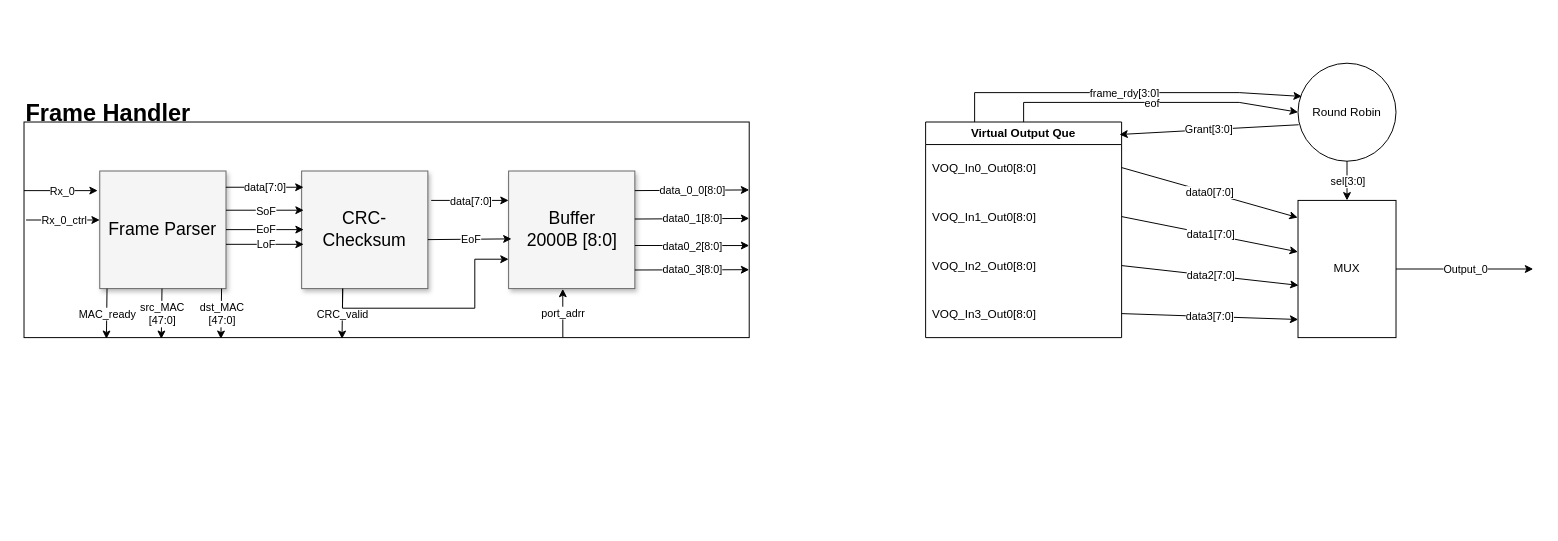
Earlier version of the draw.io diagram FPGA_switch.drawio (Meschr/FPGA_Bitflip). Source tidied: cells renumbered, new cells numbered last; positions are measured from the earlier drawing's top-left corner, leaving out a move shared by most shapes. Both pictures are drawn from the tidied source at 98%, with x=0, y=0 at pixel (24, 63).
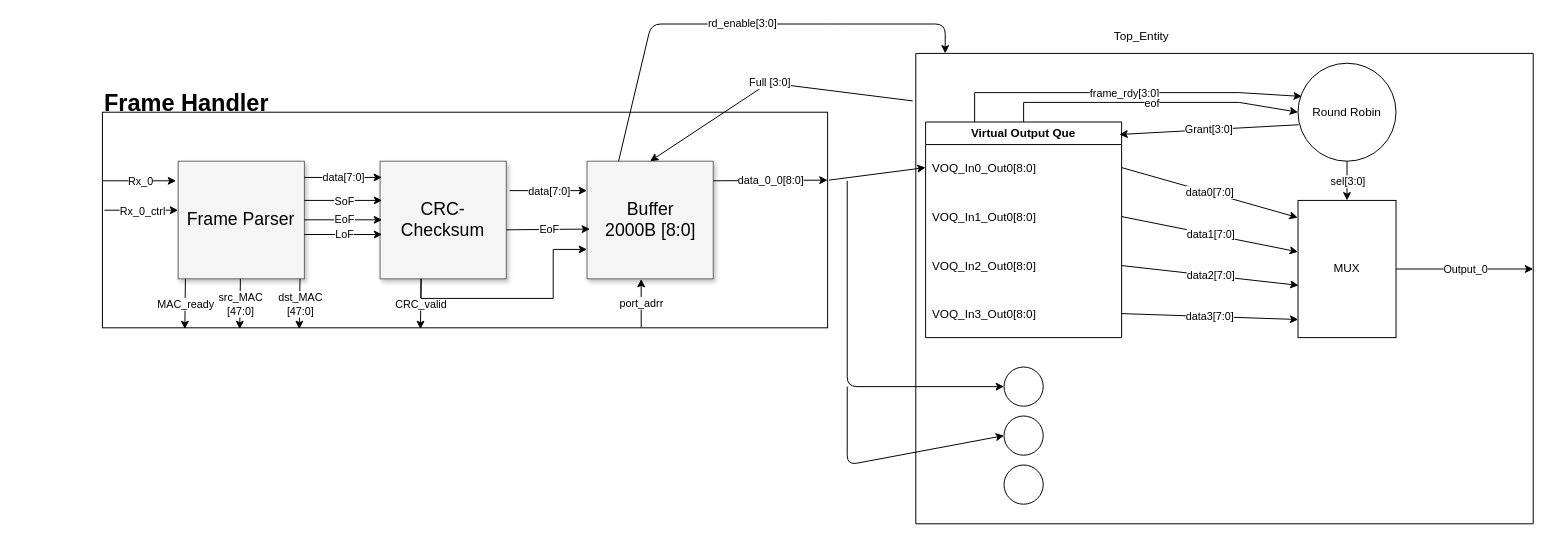
The same page after the edit.

The change refers to these unchanged cells:
```xml
<mxCell id="3" style="rounded=0;whiteSpace=wrap;html=1;fillColor=none;align=left;" parent="2" vertex="1">
  <mxGeometry y="30" width="740" height="220" as="geometry" />
</mxCell>
<mxCell id="13" value="Buffer&lt;div&gt;2000B [8:0]&lt;/div&gt;" style="whiteSpace=wrap;html=1;shadow=1;fontSize=18;fillColor=#f5f5f5;strokeColor=#666666;" parent="2" vertex="1">
  <mxGeometry x="494.5" y="80" width="128.8" height="120" as="geometry" />
</mxCell>
<mxCell id="46" style="shape=tableRow;horizontal=0;startSize=0;swimlaneHead=0;swimlaneBody=0;strokeColor=inherit;top=0;left=0;bottom=0;right=0;fillColor=none;points=[[0,0.5],[1,0.5]];portConstraint=eastwest;fontSize=16;" parent="45" vertex="1">
  <mxGeometry width="200" height="49" as="geometry" />
</mxCell>
```

Diff of the diagram source:
```diff
@@
     <mxCell id="2" style="group;" parent="1" vertex="1">
-      <mxGeometry y="30" width="740" height="280" as="geometry" />
+      <mxGeometry x="80" y="20" width="740" height="280" as="geometry" />
     </mxCell>
@@
-    <mxCell id="30" style="endArrow=classic;html=1;rounded=0;exitX=0.999;exitY=0.138;exitDx=0;exitDy=0;exitPerimeter=0;entryX=1;entryY=0.447;entryDx=0;entryDy=0;entryPerimeter=0;" parent="2" edge="1" target="3">
-      <mxGeometry relative="1" as="geometry">
-        <mxPoint x="623.3" y="129" as="sourcePoint" />
-      </mxGeometry>
-    </mxCell>
-    <mxCell id="31" value="data0_1[8:0]" style="edgeLabel;html=1;align=center;verticalAlign=middle;" parent="30" vertex="1">
-      <mxGeometry relative="1" as="geometry" />
-    </mxCell>
-    <mxCell id="32" style="endArrow=classic;html=1;rounded=0;exitX=0.999;exitY=0.138;exitDx=0;exitDy=0;exitPerimeter=0;entryX=1;entryY=0.573;entryDx=0;entryDy=0;entryPerimeter=0;" parent="2" edge="1" target="3">
-      <mxGeometry relative="1" as="geometry">
-        <mxPoint x="623.3" y="156" as="sourcePoint" />
-      </mxGeometry>
-    </mxCell>
-    <mxCell id="33" value="data0_2[8:0]" style="edgeLabel;html=1;align=center;verticalAlign=middle;" parent="32" vertex="1">
-      <mxGeometry relative="1" as="geometry" />
-    </mxCell>
-    <mxCell id="34" style="endArrow=classic;html=1;rounded=0;entryX=1;entryY=0.685;entryDx=0;entryDy=0;entryPerimeter=0;exitX=0.999;exitY=0.138;exitDx=0;exitDy=0;exitPerimeter=0;" parent="2" edge="1" target="3">
-      <mxGeometry relative="1" as="geometry">
-        <mxPoint x="623.3" y="181" as="sourcePoint" />
-      </mxGeometry>
-    </mxCell>
-    <mxCell id="35" value="data0_3[8:0]" style="edgeLabel;html=1;align=center;verticalAlign=middle;" parent="34" vertex="1">
-      <mxGeometry relative="1" as="geometry" />
-    </mxCell>
@@
+    <mxCell id="75" style="endArrow=classic;html=1;exitX=1.002;exitY=0.315;exitDx=0;exitDy=0;exitPerimeter=0;entryX=0;entryY=0.5;entryDx=0;entryDy=0;" parent="1" edge="1" source="3" target="46">
+      <mxGeometry relative="1" as="geometry" />
+    </mxCell>
+    <mxCell id="76" value="Full [3:0]" style="endArrow=classic;html=1;entryX=0.5;entryY=0;entryDx=0;entryDy=0;exitX=-0.005;exitY=0.101;exitDx=0;exitDy=0;exitPerimeter=0;" parent="1" edge="1" source="77" target="13">
+      <mxGeometry relative="1" as="geometry">
+        <Array as="points">
+          <mxPoint x="760" y="20" />
+        </Array>
+      </mxGeometry>
+    </mxCell>
+    <mxCell id="77" style="swimlane;startSize=0;" parent="1" vertex="1">
+      <mxGeometry x="910" y="-10" width="630" height="480" as="geometry" />
+    </mxCell>
+    <mxCell id="78" style="ellipse;whiteSpace=wrap;html=1;" parent="77" vertex="1">
+      <mxGeometry x="90" y="320" width="40" height="40" as="geometry" />
+    </mxCell>
+    <mxCell id="79" style="ellipse;whiteSpace=wrap;html=1;" parent="77" vertex="1">
+      <mxGeometry x="90" y="370" width="40" height="40" as="geometry" />
+    </mxCell>
+    <mxCell id="80" style="ellipse;whiteSpace=wrap;html=1;" parent="77" vertex="1">
+      <mxGeometry x="90" y="420" width="40" height="40" as="geometry" />
+    </mxCell>
+    <mxCell id="81" style="endArrow=classic;html=1;entryX=0;entryY=0.5;entryDx=0;entryDy=0;" parent="1" edge="1" target="78">
+      <mxGeometry relative="1" as="geometry">
+        <mxPoint x="840" y="120" as="sourcePoint" />
+        <Array as="points">
+          <mxPoint x="840" y="330" />
+        </Array>
+      </mxGeometry>
+    </mxCell>
+    <mxCell id="82" style="endArrow=classic;html=1;entryX=0;entryY=0.5;entryDx=0;entryDy=0;" parent="1" edge="1" target="79">
+      <mxGeometry relative="1" as="geometry">
+        <mxPoint x="840" y="330" as="sourcePoint" />
+        <Array as="points">
+          <mxPoint x="840" y="410" />
+        </Array>
+      </mxGeometry>
+    </mxCell>
+    <mxCell id="83" value="rd_enable[3:0]" style="endArrow=classic;html=1;exitX=0.25;exitY=0;exitDx=0;exitDy=0;" parent="1" edge="1" source="13">
+      <mxGeometry relative="1" as="geometry">
+        <mxPoint x="940" y="-10" as="targetPoint" />
+        <Array as="points">
+          <mxPoint x="640" y="-40" />
+          <mxPoint x="830" y="-40" />
+          <mxPoint x="940" y="-40" />
+        </Array>
+      </mxGeometry>
+    </mxCell>
+    <mxCell id="84" value="Top_Entity" style="text;html=1;align=center;verticalAlign=middle;strokeColor=none;fillColor=none;" parent="1" vertex="1">
+      <mxGeometry x="1100" y="-42" width="80" height="30" as="geometry" />
+    </mxCell>
```
